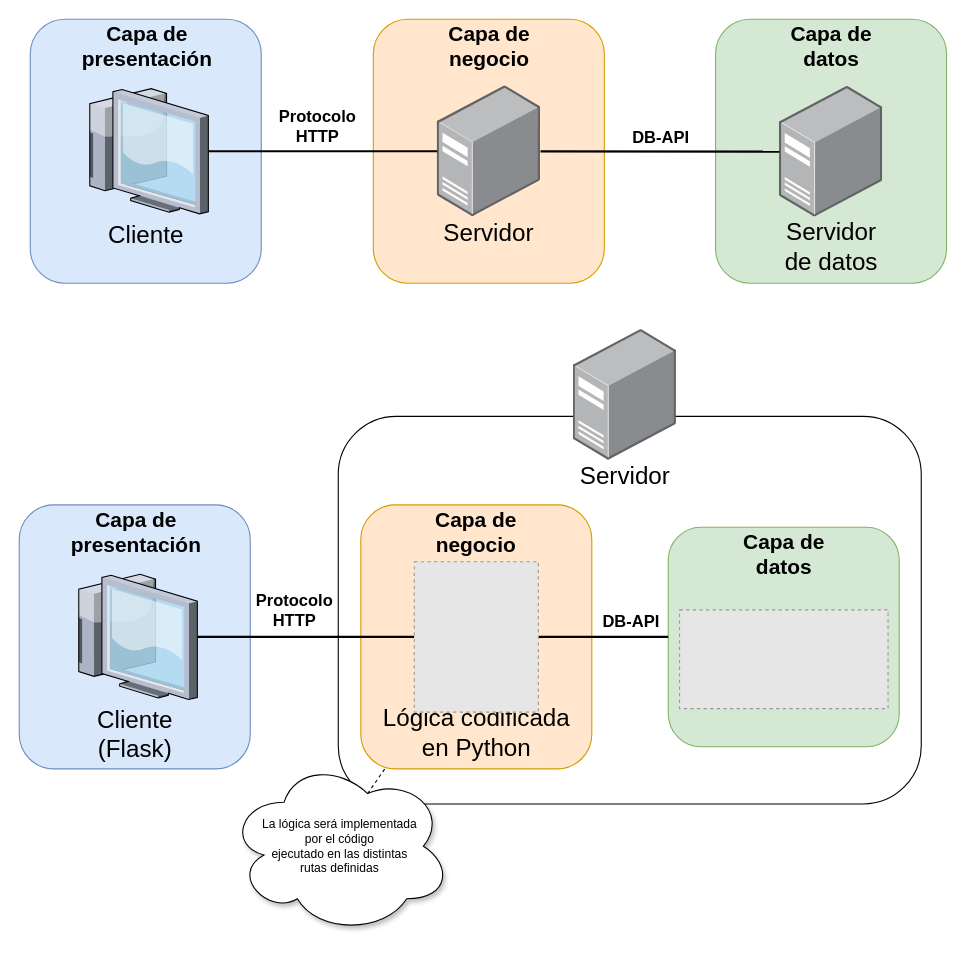
This is doc/img/anexos/diseño/Arquitectura.drawio from dmacha27/TFG-SemiSupervisado, a draw.io file, before an edit. Source tidied: cells renumbered, new cells numbered last; positions are measured from the earlier drawing's top-left corner, leaving out a move shared by most shapes. Both pictures are drawn from the tidied source at 110%, with x=0, y=0 at pixel (19, 19). Pictures stored in the file or linked from it are replaced by grey dashed boxes.
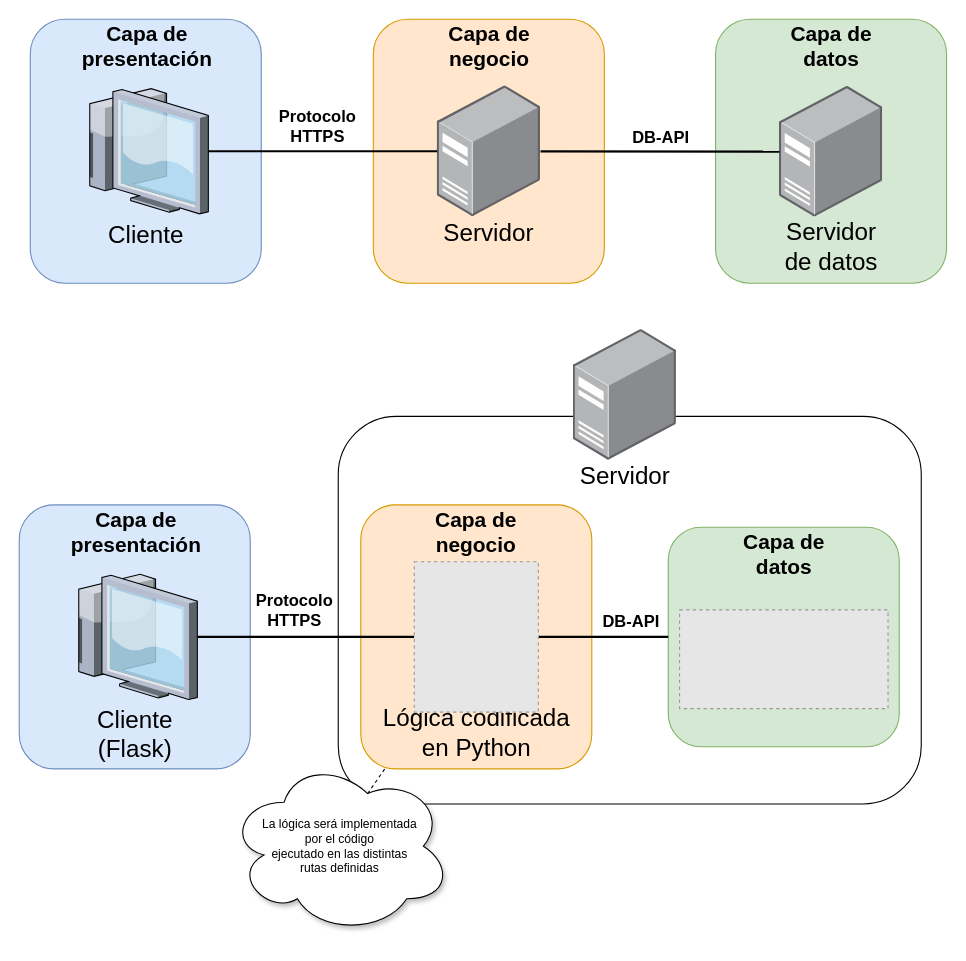
The same page after the edit.

What changed in the source:
```diff
@@
-    <mxCell id="32" value="&lt;div style=&quot;font-size: 15px;&quot;&gt;&lt;b&gt;&lt;font style=&quot;font-size: 15px;&quot;&gt;Protocolo &lt;br&gt;&lt;/font&gt;&lt;/b&gt;&lt;/div&gt;&lt;div style=&quot;font-size: 15px;&quot;&gt;&lt;b&gt;&lt;font style=&quot;font-size: 15px;&quot;&gt;HTTP&lt;/font&gt;&lt;/b&gt;&lt;/div&gt;" style="text;html=1;align=center;verticalAlign=middle;strokeColor=none;fillColor=none;" parent="1" vertex="1">
+    <mxCell id="32" value="&lt;div style=&quot;font-size: 15px;&quot;&gt;&lt;b&gt;&lt;font style=&quot;font-size: 15px;&quot;&gt;Protocolo &lt;br&gt;&lt;/font&gt;&lt;/b&gt;&lt;/div&gt;&lt;div style=&quot;font-size: 15px;&quot;&gt;&lt;b&gt;&lt;font style=&quot;font-size: 15px;&quot;&gt;HTTPS&lt;/font&gt;&lt;/b&gt;&lt;/div&gt;" style="text;html=1;align=center;verticalAlign=middle;strokeColor=none;fillColor=none;" parent="1" vertex="1">
       <mxGeometry x="225.9" y="72" width="90" height="50" as="geometry" />
     </mxCell>
@@
-    <mxCell id="34" value="&lt;div style=&quot;font-size: 15px;&quot;&gt;&lt;b&gt;&lt;font style=&quot;font-size: 15px;&quot;&gt;Protocolo &lt;br&gt;&lt;/font&gt;&lt;/b&gt;&lt;/div&gt;&lt;div style=&quot;font-size: 15px;&quot;&gt;&lt;b&gt;&lt;font style=&quot;font-size: 15px;&quot;&gt;HTTP&lt;/font&gt;&lt;/b&gt;&lt;/div&gt;" style="text;html=1;align=center;verticalAlign=middle;strokeColor=none;fillColor=none;" parent="1" vertex="1">
+    <mxCell id="34" value="&lt;div style=&quot;font-size: 15px;&quot;&gt;&lt;b&gt;&lt;font style=&quot;font-size: 15px;&quot;&gt;Protocolo &lt;br&gt;&lt;/font&gt;&lt;/b&gt;&lt;/div&gt;&lt;div style=&quot;font-size: 15px;&quot;&gt;&lt;b&gt;&lt;font style=&quot;font-size: 15px;&quot;&gt;HTTPS&lt;/font&gt;&lt;/b&gt;&lt;/div&gt;" style="text;html=1;align=center;verticalAlign=middle;strokeColor=none;fillColor=none;" parent="1" vertex="1">
       <mxGeometry x="205" y="512.2" width="90" height="50" as="geometry" />
     </mxCell>
```
